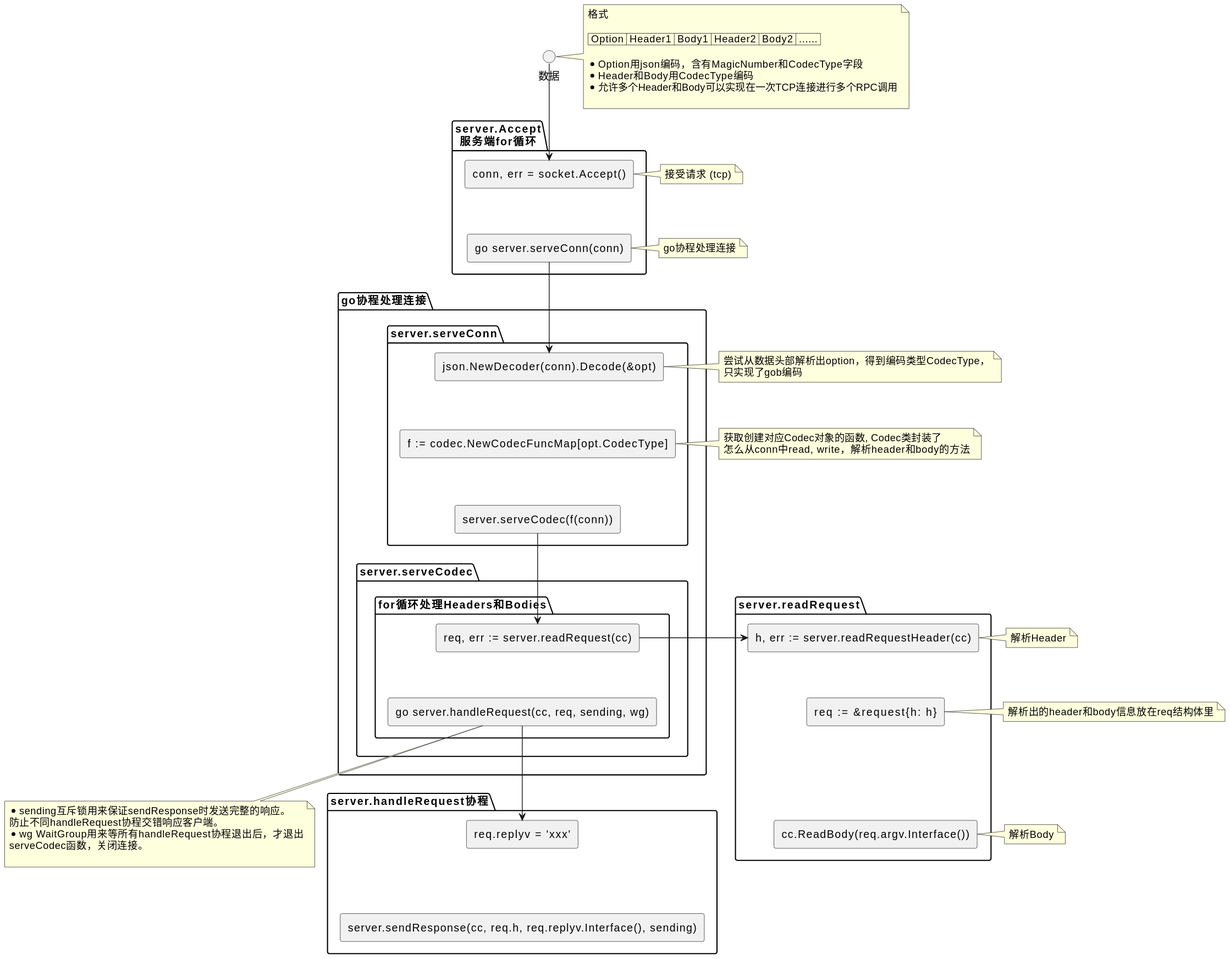
Bruce0hh/Go-Process keeps this PlantUML diagram as resource/rpc框架.svg. Above is the earlier version. Its diagram source:
```plantuml
@startuml
package "server.Accept\n服务端for循环" {
    rectangle "conn, err = socket.Accept()"
    rectangle "go server.serveConn(conn)"
}

package go协程处理连接 {
    package server.serveConn{
        rectangle "json.NewDecoder(conn).Decode(&opt)"
        rectangle "server.serveCodec(f(conn))"
        rectangle "f := codec.NewCodecFuncMap[opt.CodecType]" as a
    }
    package server.serveCodec {
        package for循环处理Headers和Bodies {
            rectangle "req, err := server.readRequest(cc)"
            rectangle "go server.handleRequest(cc, req, sending, wg)"
        }

    }
}

package server.readRequest {
    rectangle "h, err := server.readRequestHeader(cc)"
    rectangle "req := &request{h: h}"
    rectangle "cc.ReadBody(req.argv.Interface())"
}

package server.handleRequest协程 {
    rectangle "req.replyv = 'xxx'"
	rectangle "server.sendResponse(cc, req.h, req.replyv.Interface(), sending)"
}

数据 --> [conn, err = socket.Accept()]
[conn, err = socket.Accept()] --[hidden]> [go server.serveConn(conn)]

[go server.serveConn(conn)] -d-> [json.NewDecoder(conn).Decode(&opt)]
[json.NewDecoder(conn).Decode(&opt)] --[hidden]> a
a --[hidden]> [server.serveCodec(f(conn))]
[server.serveCodec(f(conn))] -d-> [req, err := server.readRequest(cc)]
[req, err := server.readRequest(cc)]--[hidden]> [go server.handleRequest(cc, req, sending, wg)]

[req, err := server.readRequest(cc)] -r-> [h, err := server.readRequestHeader(cc)]
[h, err := server.readRequestHeader(cc)] --[hidden]> [req := &request{h: h}]
[req := &request{h: h}] --[hidden]> [cc.ReadBody(req.argv.Interface())]

[go server.handleRequest(cc, req, sending, wg)] -d-> [req.replyv = 'xxx']
[req.replyv = 'xxx'] --[hidden]> [server.sendResponse(cc, req.h, req.replyv.Interface(), sending)]

note right of "conn, err = socket.Accept()"
接受请求 (tcp)
end note

note right of "go server.serveConn(conn)"
go协程处理连接
end note

note right of "json.NewDecoder(conn).Decode(&opt)"
尝试从数据头部解析出option，得到编码类型CodecType，
只实现了gob编码
end note

note right of a
获取创建对应Codec对象的函数, Codec类封装了
怎么从conn中read, write，解析header和body的方法
end note

note right of "h, err := server.readRequestHeader(cc)"
解析Header
end note

note right of "cc.ReadBody(req.argv.Interface())"
解析Body
end note

note right of "req := &request{h: h}"
解析出的header和body信息放在req结构体里
end note

note right of 数据
格式

| Option | Header1 | Body1 | Header2 | Body2 | ...... |

* Option用json编码，含有MagicNumber和CodecType字段
* Header和Body用CodecType编码
* 允许多个Header和Body可以实现在一次TCP连接进行多个RPC调用

end note

note bottom of "go server.handleRequest(cc, req, sending, wg)"
* sending互斥锁用来保证sendResponse时发送完整的响应。
防止不同handleRequest协程交错响应客户端。
* wg WaitGroup用来等所有handleRequest协程退出后，才退出
serveCodec函数，关闭连接。

end note
@enduml
```
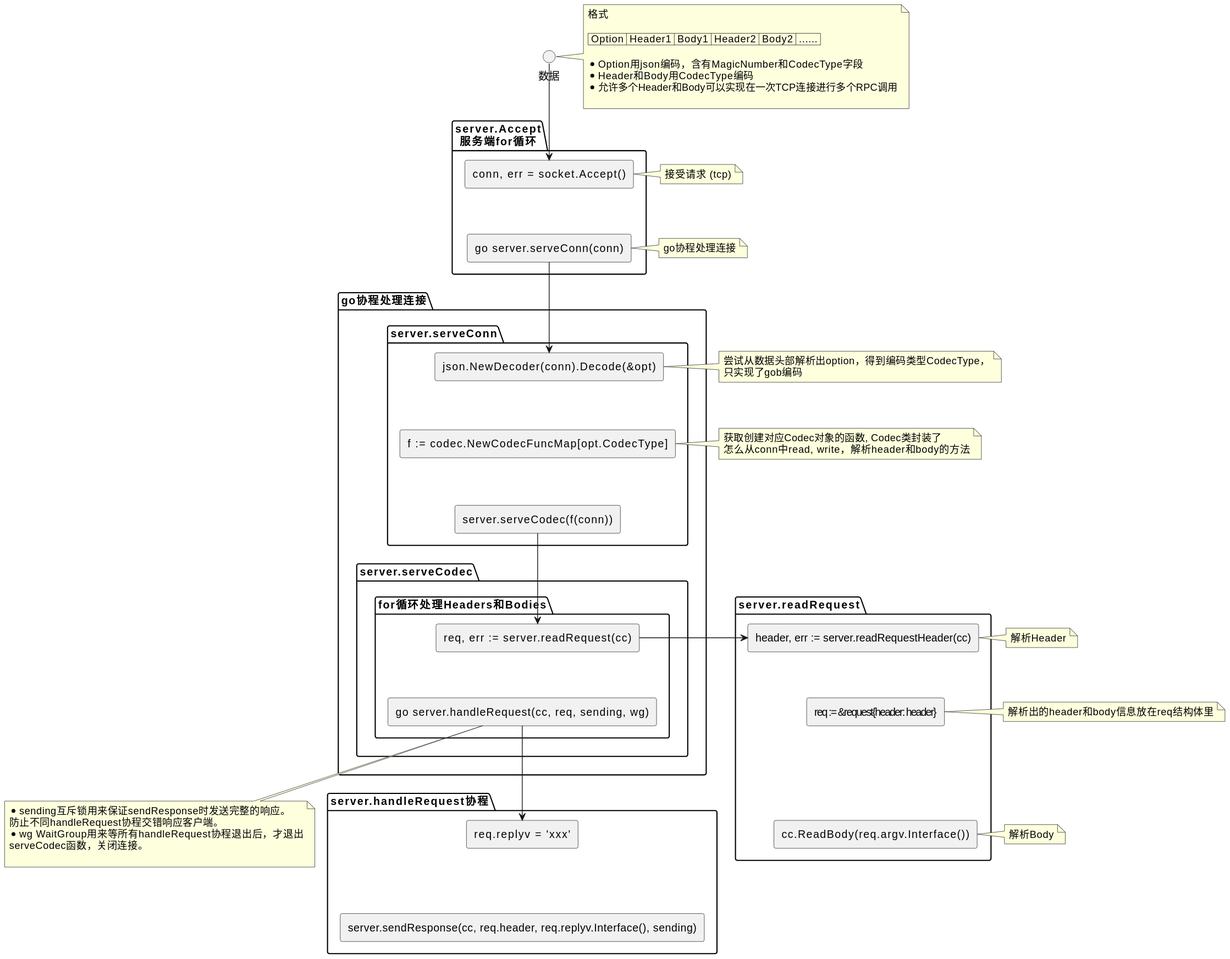
Above is the later version.

What changed in the source:
```diff
@@ -20,14 +20,14 @@
 }
 
 package server.readRequest {
-    rectangle "h, err := server.readRequestHeader(cc)"
-    rectangle "req := &request{h: h}"
+    rectangle "header, err := server.readRequestHeader(cc)"
+    rectangle "req := &request{header: header}"
     rectangle "cc.ReadBody(req.argv.Interface())"
 }
 
 package server.handleRequest协程 {
     rectangle "req.replyv = 'xxx'"
-	rectangle "server.sendResponse(cc, req.h, req.replyv.Interface(), sending)"
+	rectangle "server.sendResponse(cc, req.header, req.replyv.Interface(), sending)"
 }
 
 数据 --> [conn, err = socket.Accept()]
@@ -39,12 +39,12 @@
 [server.serveCodec(f(conn))] -d-> [req, err := server.readRequest(cc)]
 [req, err := server.readRequest(cc)]--[hidden]> [go server.handleRequest(cc, req, sending, wg)]
 
-[req, err := server.readRequest(cc)] -r-> [h, err := server.readRequestHeader(cc)]
-[h, err := server.readRequestHeader(cc)] --[hidden]> [req := &request{h: h}]
-[req := &request{h: h}] --[hidden]> [cc.ReadBody(req.argv.Interface())]
+[req, err := server.readRequest(cc)] -r-> [header, err := server.readRequestHeader(cc)]
+[header, err := server.readRequestHeader(cc)] --[hidden]> [req := &request{header: header}]
+[req := &request{header: header}] --[hidden]> [cc.ReadBody(req.argv.Interface())]
 
 [go server.handleRequest(cc, req, sending, wg)] -d-> [req.replyv = 'xxx']
-[req.replyv = 'xxx'] --[hidden]> [server.sendResponse(cc, req.h, req.replyv.Interface(), sending)]
+[req.replyv = 'xxx'] --[hidden]> [server.sendResponse(cc, req.header, req.replyv.Interface(), sending)]
 
 note right of "conn, err = socket.Accept()"
 接受请求 (tcp)
@@ -64,7 +64,7 @@
 怎么从conn中read, write，解析header和body的方法
 end note
 
-note right of "h, err := server.readRequestHeader(cc)"
+note right of "header, err := server.readRequestHeader(cc)"
 解析Header
 end note
 
@@ -72,7 +72,7 @@
 解析Body
 end note
 
-note right of "req := &request{h: h}"
+note right of "req := &request{header: header}"
 解析出的header和body信息放在req结构体里
 end note
 
```
